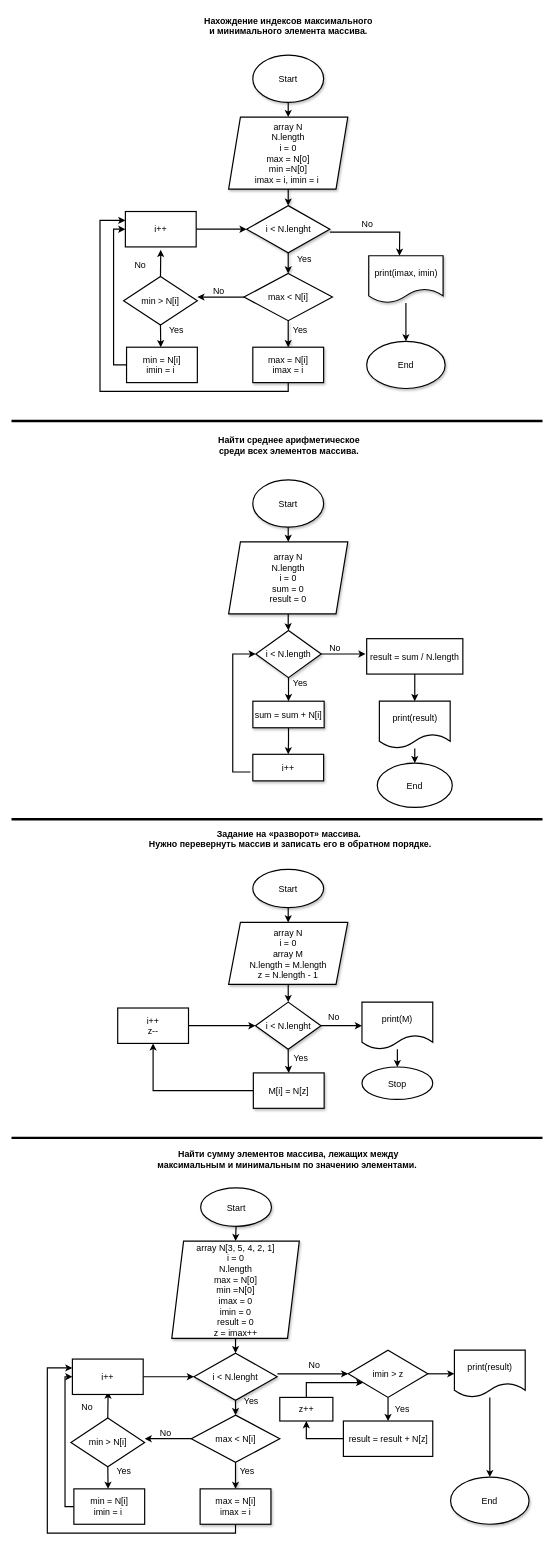
RuWebMan/My-diagram keeps this draw.io diagram as ДЗ№2.drawio. Above is the earlier version. Source tidied: cells renumbered, new cells numbered last; positions are measured from the earlier drawing's top-left corner, leaving out a move shared by most shapes. Both pictures are drawn from the tidied source at 59%, with x=0, y=0 at pixel (11, 10).
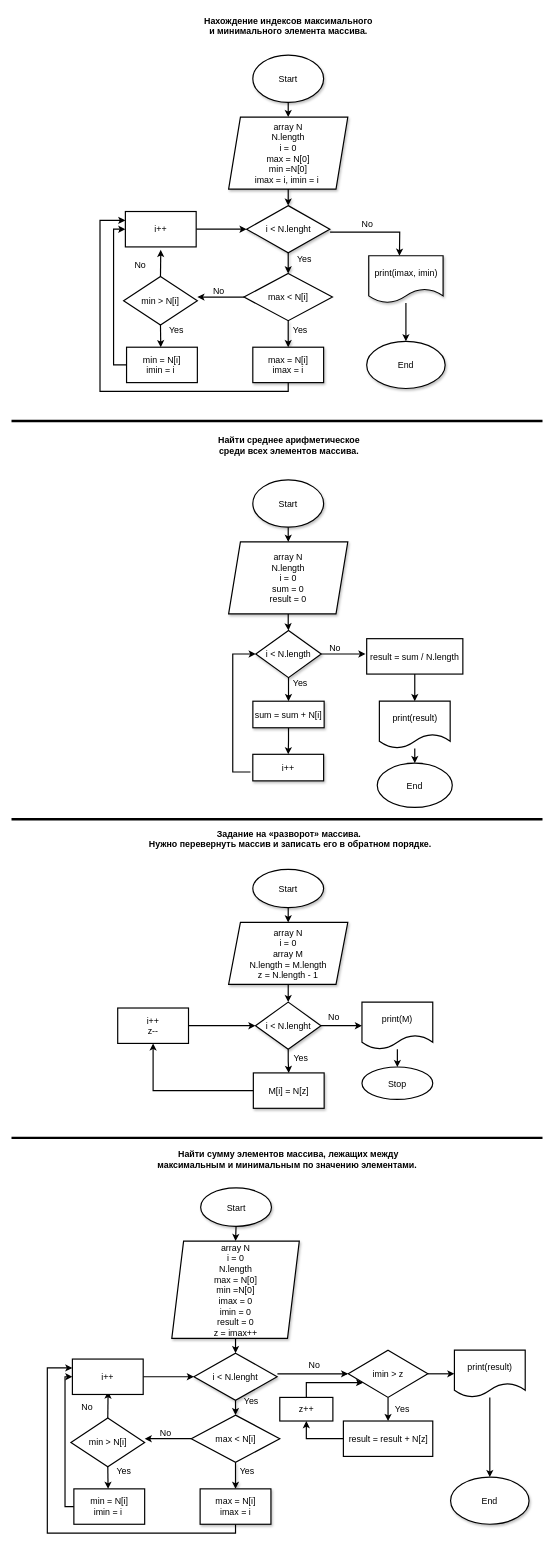
Above is the later version.

What changed in the source:
```diff
@@
-    <mxCell id="73" value="array N[3, 5, 4, 2, 1]&lt;br style=&quot;font-size: 15px;&quot;&gt;i = 0&lt;br style=&quot;font-size: 15px;&quot;&gt;N.length&lt;br&gt;max = N[0]&lt;br style=&quot;border-color: var(--border-color);&quot;&gt;min =N[0]&lt;br&gt;imax = 0&lt;br&gt;imin = 0&lt;br&gt;result = 0&lt;br&gt;z = imax++" style="shape=parallelogram;perimeter=parallelogramPerimeter;whiteSpace=wrap;html=1;fixedSize=1;strokeWidth=2;fontSize=15;shadow=1;rounded=0;labelBackgroundColor=none;" parent="1" vertex="1">
+    <mxCell id="73" value="array N&lt;br style=&quot;font-size: 15px;&quot;&gt;i = 0&lt;br style=&quot;font-size: 15px;&quot;&gt;N.length&lt;br&gt;max = N[0]&lt;br style=&quot;border-color: var(--border-color);&quot;&gt;min =N[0]&lt;br&gt;imax = 0&lt;br&gt;imin = 0&lt;br&gt;result = 0&lt;br&gt;z = imax++" style="shape=parallelogram;perimeter=parallelogramPerimeter;whiteSpace=wrap;html=1;fixedSize=1;strokeWidth=2;fontSize=15;shadow=1;rounded=0;labelBackgroundColor=none;" parent="1" vertex="1">
       <mxGeometry x="271.7" y="2086" width="216.1" height="165" as="geometry" />
     </mxCell>
```
